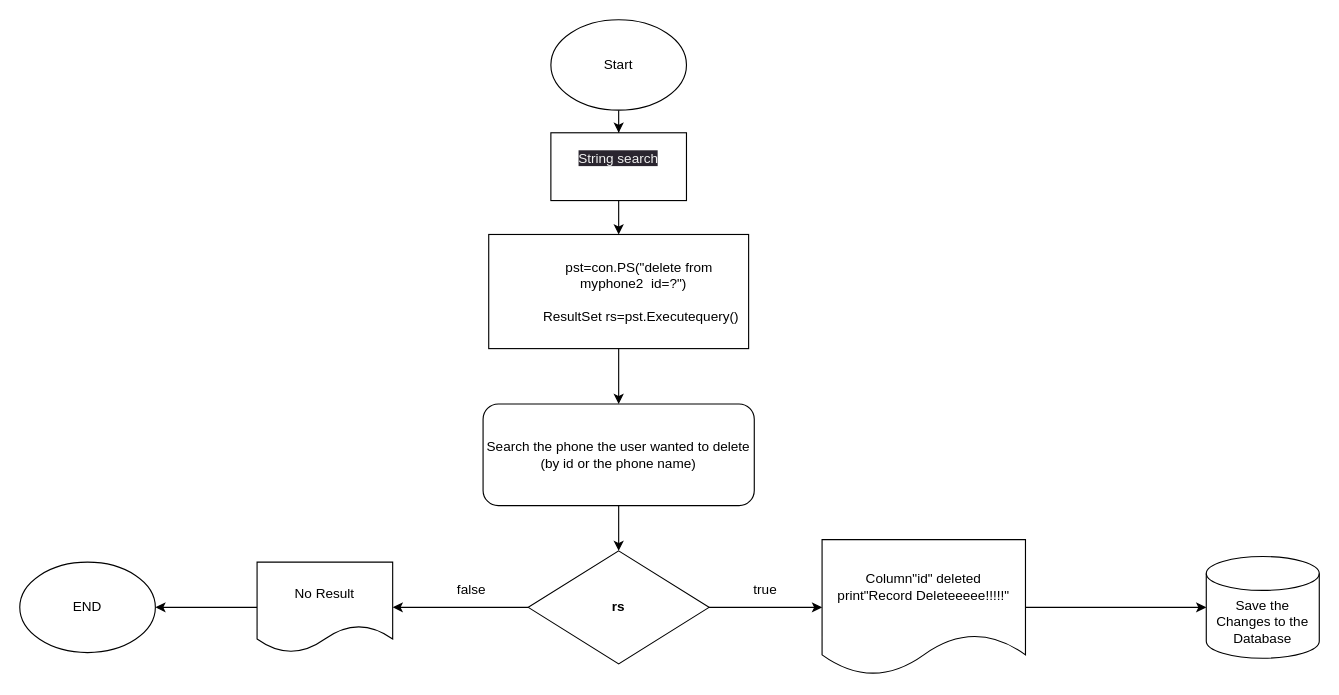
This is delete.drawio from khanh8603/khanh8603, a draw.io file, before an edit. Source tidied: cells renumbered, new cells numbered last; positions are measured from the earlier drawing's top-left corner, leaving out a move shared by most shapes. Both pictures are drawn from the tidied source at 113%, with x=0, y=0 at pixel (19, 19).
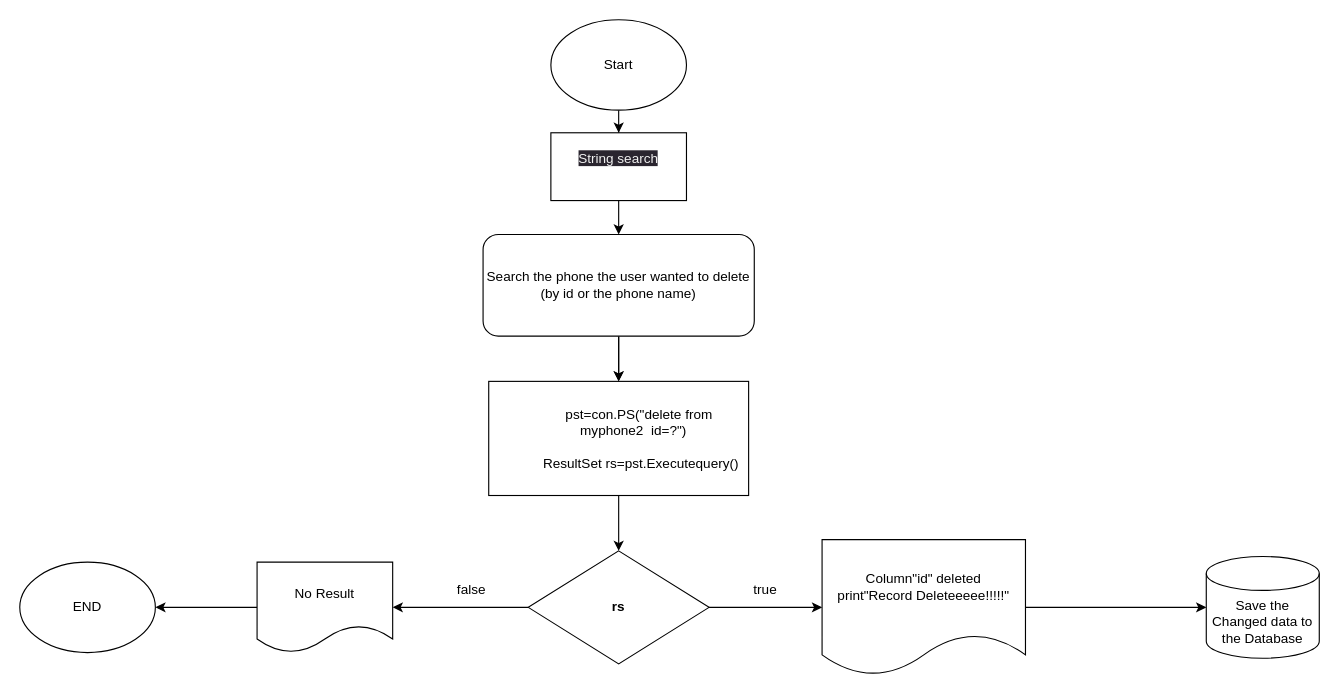
Above is the later version.

Commit message:
Cập nhật delete.drawio

The change refers to these unchanged cells:
```xml
<mxCell id="9" value="&lt;b&gt;rs&lt;/b&gt;" style="rhombus;whiteSpace=wrap;html=1;" parent="1" vertex="1">
  <mxGeometry x="450" y="470" width="160" height="100" as="geometry" />
</mxCell>
<mxCell id="16" value="&#10;&lt;span style=&quot;color: rgb(240, 240, 240); font-family: Helvetica; font-size: 12px; font-style: normal; font-variant-ligatures: normal; font-variant-caps: normal; font-weight: 400; letter-spacing: normal; orphans: 2; text-align: center; text-indent: 0px; text-transform: none; widows: 2; word-spacing: 0px; -webkit-text-stroke-width: 0px; background-color: rgb(42, 37, 47); text-decoration-thickness: initial; text-decoration-style: initial; text-decoration-color: initial; float: none; display: inline !important;&quot;&gt;String search&lt;/span&gt;&#10;&#10;" style="rounded=0;whiteSpace=wrap;html=1;" parent="1" vertex="1">
  <mxGeometry x="470" y="100" width="120" height="60" as="geometry" />
</mxCell>
```

The edit, as a diff of the source:
```diff
@@
-    <mxCell id="4" style="edgeStyle=orthogonalEdgeStyle;rounded=0;jettySize=auto;html=1;exitX=0.5;exitY=1;exitDx=0;exitDy=0;" parent="1" edge="1" source="16" target="6">
+    <mxCell id="4" style="edgeStyle=orthogonalEdgeStyle;rounded=0;jettySize=auto;html=1;exitX=0.5;exitY=1;exitDx=0;exitDy=0;" parent="1" edge="1" source="19" target="6">
       <mxGeometry relative="1" as="geometry" />
     </mxCell>
-    <mxCell id="5" style="edgeStyle=orthogonalEdgeStyle;rounded=0;jettySize=auto;html=1;" parent="1" edge="1" source="19" target="9">
+    <mxCell id="5" style="edgeStyle=orthogonalEdgeStyle;rounded=0;jettySize=auto;html=1;exitX=0.5;exitY=1;exitDx=0;exitDy=0;entryX=0.5;entryY=0;entryDx=0;entryDy=0;" parent="1" edge="1" source="19" target="6">
       <mxGeometry relative="1" as="geometry" />
     </mxCell>
+    <mxCell id="21" style="edgeStyle=orthogonalEdgeStyle;rounded=0;jettySize=auto;html=1;exitX=0.5;exitY=1;exitDx=0;exitDy=0;entryX=0.5;entryY=0;entryDx=0;entryDy=0;" parent="1" edge="1" source="6" target="9">
+      <mxGeometry relative="1" as="geometry" />
+    </mxCell>
     <mxCell id="6" value="&lt;span style=&quot;text-align: left;&quot;&gt;&amp;nbsp; &amp;nbsp; &amp;nbsp; &amp;nbsp; &amp;nbsp; &amp;nbsp;pst=con.PS(&quot;delete from&lt;/span&gt;&lt;br style=&quot;text-align: left;&quot;&gt;&lt;span style=&quot;text-align: left;&quot;&gt;&amp;nbsp; &amp;nbsp; &amp;nbsp; &amp;nbsp; myphone2&amp;nbsp; id=?&quot;)&lt;/span&gt;&lt;br style=&quot;text-align: left;&quot;&gt;&lt;span style=&quot;text-align: left;&quot;&gt;&amp;nbsp; &amp;nbsp; &amp;nbsp; &amp;nbsp; &amp;nbsp;&amp;nbsp;&lt;/span&gt;&lt;br style=&quot;text-align: left;&quot;&gt;&lt;span style=&quot;text-align: left;&quot;&gt;&amp;nbsp; &amp;nbsp; &amp;nbsp; &amp;nbsp; &amp;nbsp; &amp;nbsp; ResultSet rs=pst.Executequery()&lt;/span&gt;" style="rounded=0;whiteSpace=wrap;html=1;" parent="1" vertex="1">
-      <mxGeometry x="415" y="190" width="230" height="101" as="geometry" />
+      <mxGeometry x="415" y="320" width="230" height="101" as="geometry" />
     </mxCell>
@@
-    <mxCell id="18" style="edgeStyle=orthogonalEdgeStyle;rounded=0;jettySize=auto;html=1;" parent="1" edge="1" source="6" target="19">
-      <mxGeometry relative="1" as="geometry" />
-    </mxCell>
+    <mxCell id="20" value="Save the Changed data to the Database" style="shape=cylinder3;whiteSpace=wrap;html=1;boundedLbl=1;backgroundOutline=1;size=15;" parent="1" vertex="1">
+      <mxGeometry x="1050" y="475" width="100" height="90" as="geometry" />
+    </mxCell>
+    <mxCell id="22" style="edgeStyle=orthogonalEdgeStyle;rounded=0;jettySize=auto;html=1;exitX=0.5;exitY=1;exitDx=0;exitDy=0;" parent="1" edge="1" source="16" target="19">
+      <mxGeometry relative="1" as="geometry" />
+    </mxCell>
     <mxCell id="19" value="Search the phone the user wanted to delete&lt;br&gt;(by id or the phone name)" style="rounded=1;whiteSpace=wrap;html=1;" parent="1" vertex="1">
-      <mxGeometry x="410" y="340" width="240" height="90" as="geometry" />
+      <mxGeometry x="410" y="190" width="240" height="90" as="geometry" />
     </mxCell>
-    <mxCell id="20" value="Save the Changes to the Database" style="shape=cylinder3;whiteSpace=wrap;html=1;boundedLbl=1;backgroundOutline=1;size=15;" parent="1" vertex="1">
-      <mxGeometry x="1050" y="475" width="100" height="90" as="geometry" />
-    </mxCell>
```
